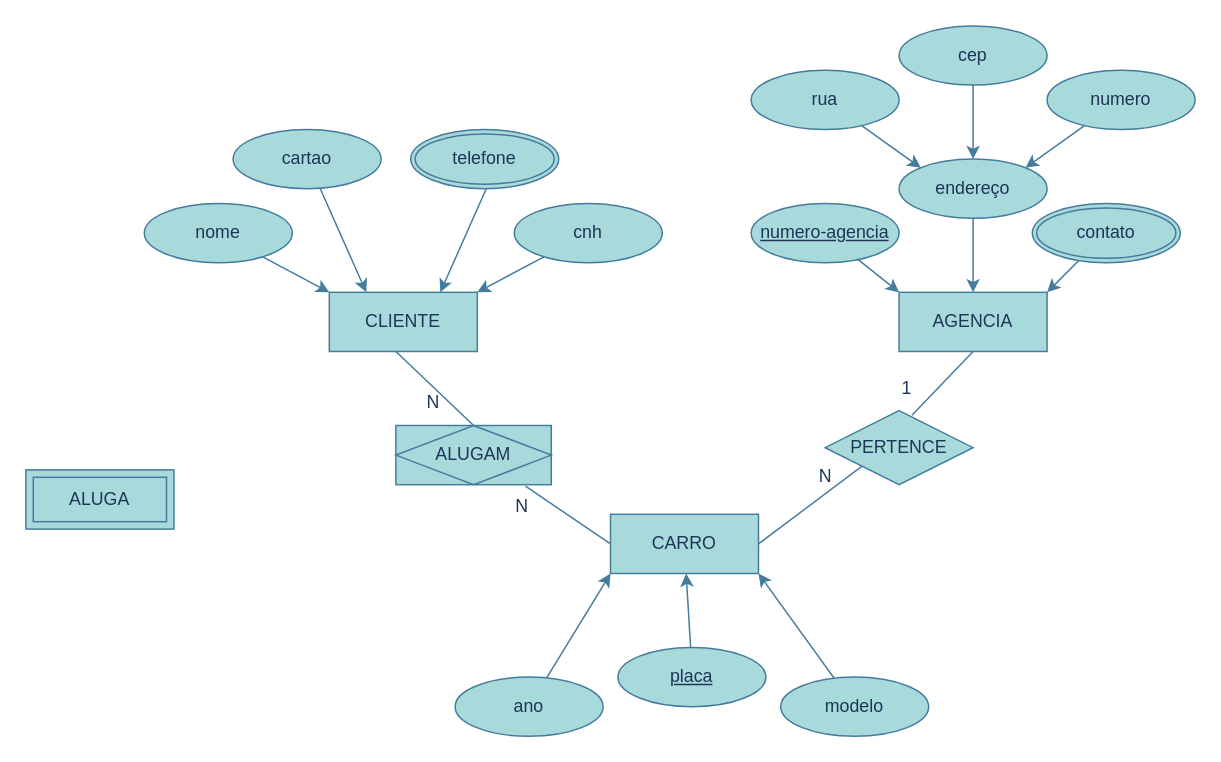
Earlier version of the draw.io diagram Full-stack/arquivos/exercicios/projetos/projeto-der-02/projeto-2.drawio (kennyendersen/uc1-back-end). Source tidied: cells renumbered, new cells numbered last; positions are measured from the earlier drawing's top-left corner, leaving out a move shared by most shapes. Both pictures are drawn from the tidied source at 148%, with x=0, y=0 at pixel (25, 25).
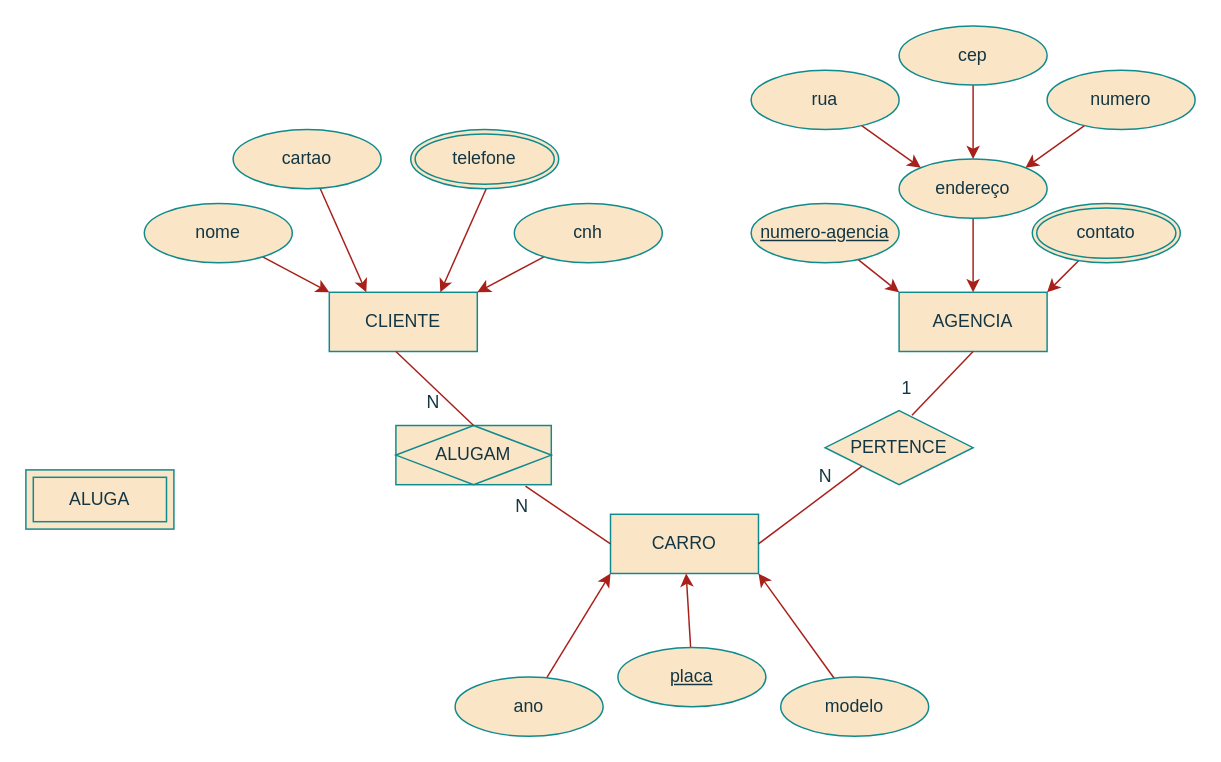
Above is the later version.

Diff of the diagram source:
```diff
@@
-    <mxCell id="2" value="AGENCIA" style="whiteSpace=wrap;html=1;align=center;rounded=0;labelBackgroundColor=none;fillColor=#A8DADC;strokeColor=#457B9D;fontColor=#1D3557;" parent="1" vertex="1">
+    <mxCell id="2" value="AGENCIA" style="whiteSpace=wrap;html=1;align=center;rounded=0;labelBackgroundColor=none;fillColor=#FAE5C7;strokeColor=#0F8B8D;fontColor=#143642;" parent="1" vertex="1">
       <mxGeometry x="590" y="180" width="100" height="40" as="geometry" />
     </mxCell>
-    <mxCell id="3" value="CLIENTE" style="whiteSpace=wrap;html=1;align=center;rounded=0;labelBackgroundColor=none;fillColor=#A8DADC;strokeColor=#457B9D;fontColor=#1D3557;" parent="1" vertex="1">
+    <mxCell id="3" value="CLIENTE" style="whiteSpace=wrap;html=1;align=center;rounded=0;labelBackgroundColor=none;fillColor=#FAE5C7;strokeColor=#0F8B8D;fontColor=#143642;" parent="1" vertex="1">
       <mxGeometry x="205" y="180" width="100" height="40" as="geometry" />
     </mxCell>
-    <mxCell id="4" value="CARRO" style="whiteSpace=wrap;html=1;align=center;rounded=0;labelBackgroundColor=none;fillColor=#A8DADC;strokeColor=#457B9D;fontColor=#1D3557;" parent="1" vertex="1">
+    <mxCell id="4" value="CARRO" style="whiteSpace=wrap;html=1;align=center;rounded=0;labelBackgroundColor=none;fillColor=#FAE5C7;strokeColor=#0F8B8D;fontColor=#143642;" parent="1" vertex="1">
       <mxGeometry x="395" y="330" width="100" height="40" as="geometry" />
     </mxCell>
-    <mxCell id="5" value="ALUGA" style="shape=ext;margin=3;double=1;whiteSpace=wrap;html=1;align=center;rounded=0;labelBackgroundColor=none;fillColor=#A8DADC;strokeColor=#457B9D;fontColor=#1D3557;" parent="1" vertex="1">
+    <mxCell id="5" value="ALUGA" style="shape=ext;margin=3;double=1;whiteSpace=wrap;html=1;align=center;rounded=0;labelBackgroundColor=none;fillColor=#FAE5C7;strokeColor=#0F8B8D;fontColor=#143642;" parent="1" vertex="1">
       <mxGeometry y="300" width="100" height="40" as="geometry" />
     </mxCell>
-    <mxCell id="6" style="edgeStyle=none;rounded=0;jettySize=auto;html=1;entryX=0;entryY=0;entryDx=0;entryDy=0;strokeColor=#457B9D;fontColor=default;labelBackgroundColor=none;" parent="1" edge="1" source="7" target="3">
+    <mxCell id="6" style="edgeStyle=none;rounded=0;jettySize=auto;html=1;entryX=0;entryY=0;entryDx=0;entryDy=0;strokeColor=#A8201A;fontColor=default;labelBackgroundColor=none;" parent="1" edge="1" source="7" target="3">
       <mxGeometry relative="1" as="geometry" />
     </mxCell>
-    <mxCell id="7" value="nome" style="ellipse;whiteSpace=wrap;html=1;align=center;strokeColor=#457B9D;fontColor=#1D3557;fillColor=#A8DADC;labelBackgroundColor=none;" parent="1" vertex="1">
+    <mxCell id="7" value="nome" style="ellipse;whiteSpace=wrap;html=1;align=center;strokeColor=#0F8B8D;fontColor=#143642;fillColor=#FAE5C7;labelBackgroundColor=none;" parent="1" vertex="1">
       <mxGeometry x="80" y="120" width="100" height="40" as="geometry" />
     </mxCell>
-    <mxCell id="8" style="edgeStyle=none;rounded=0;jettySize=auto;html=1;entryX=0.25;entryY=0;entryDx=0;entryDy=0;strokeColor=#457B9D;fontColor=default;labelBackgroundColor=none;" parent="1" edge="1" source="9" target="3">
+    <mxCell id="8" style="edgeStyle=none;rounded=0;jettySize=auto;html=1;entryX=0.25;entryY=0;entryDx=0;entryDy=0;strokeColor=#A8201A;fontColor=default;labelBackgroundColor=none;" parent="1" edge="1" source="9" target="3">
       <mxGeometry relative="1" as="geometry" />
     </mxCell>
-    <mxCell id="9" value="cartao" style="ellipse;whiteSpace=wrap;html=1;align=center;strokeColor=#457B9D;fontColor=#1D3557;fillColor=#A8DADC;labelBackgroundColor=none;" parent="1" vertex="1">
+    <mxCell id="9" value="cartao" style="ellipse;whiteSpace=wrap;html=1;align=center;strokeColor=#0F8B8D;fontColor=#143642;fillColor=#FAE5C7;labelBackgroundColor=none;" parent="1" vertex="1">
       <mxGeometry x="140" y="70" width="100" height="40" as="geometry" />
     </mxCell>
-    <mxCell id="10" style="edgeStyle=none;rounded=0;jettySize=auto;html=1;entryX=0.75;entryY=0;entryDx=0;entryDy=0;strokeColor=#457B9D;fontColor=default;labelBackgroundColor=none;" parent="1" edge="1" target="3">
+    <mxCell id="10" style="edgeStyle=none;rounded=0;jettySize=auto;html=1;entryX=0.75;entryY=0;entryDx=0;entryDy=0;strokeColor=#A8201A;fontColor=default;labelBackgroundColor=none;" parent="1" edge="1" target="3">
       <mxGeometry relative="1" as="geometry">
         <mxPoint x="311.2" y="109.7" as="sourcePoint" />
       </mxGeometry>
     </mxCell>
-    <mxCell id="11" style="edgeStyle=none;rounded=0;jettySize=auto;html=1;entryX=1;entryY=0;entryDx=0;entryDy=0;strokeColor=#457B9D;fontColor=default;labelBackgroundColor=none;" parent="1" edge="1" source="12" target="3">
+    <mxCell id="11" style="edgeStyle=none;rounded=0;jettySize=auto;html=1;entryX=1;entryY=0;entryDx=0;entryDy=0;strokeColor=#A8201A;fontColor=default;labelBackgroundColor=none;" parent="1" edge="1" source="12" target="3">
       <mxGeometry relative="1" as="geometry" />
     </mxCell>
-    <mxCell id="12" value="cnh" style="ellipse;whiteSpace=wrap;html=1;align=center;strokeColor=#457B9D;fontColor=#1D3557;fillColor=#A8DADC;labelBackgroundColor=none;" parent="1" vertex="1">
+    <mxCell id="12" value="cnh" style="ellipse;whiteSpace=wrap;html=1;align=center;strokeColor=#0F8B8D;fontColor=#143642;fillColor=#FAE5C7;labelBackgroundColor=none;" parent="1" vertex="1">
       <mxGeometry x="330" y="120" width="100" height="40" as="geometry" />
     </mxCell>
-    <mxCell id="13" value="telefone" style="ellipse;shape=doubleEllipse;margin=3;whiteSpace=wrap;html=1;align=center;strokeColor=#457B9D;fontColor=#1D3557;fillColor=#A8DADC;labelBackgroundColor=none;" parent="1" vertex="1">
+    <mxCell id="13" value="telefone" style="ellipse;shape=doubleEllipse;margin=3;whiteSpace=wrap;html=1;align=center;strokeColor=#0F8B8D;fontColor=#143642;fillColor=#FAE5C7;labelBackgroundColor=none;" parent="1" vertex="1">
       <mxGeometry x="260" y="70" width="100" height="40" as="geometry" />
     </mxCell>
-    <mxCell id="14" style="edgeStyle=none;rounded=0;jettySize=auto;html=1;labelBackgroundColor=none;strokeColor=#457B9D;fontColor=default;" parent="1" edge="1" source="15" target="4">
+    <mxCell id="14" style="edgeStyle=none;rounded=0;jettySize=auto;html=1;labelBackgroundColor=none;strokeColor=#A8201A;fontColor=default;" parent="1" edge="1" source="15" target="4">
       <mxGeometry relative="1" as="geometry" />
     </mxCell>
-    <mxCell id="15" value="placa" style="ellipse;whiteSpace=wrap;html=1;align=center;strokeColor=#457B9D;fontColor=#1D3557;fillColor=#A8DADC;labelBackgroundColor=none;fontStyle=4;" parent="1" vertex="1">
+    <mxCell id="15" value="placa" style="ellipse;whiteSpace=wrap;html=1;align=center;strokeColor=#0F8B8D;fontColor=#143642;fillColor=#FAE5C7;labelBackgroundColor=none;fontStyle=4;" parent="1" vertex="1">
       <mxGeometry x="400" y="420" width="100" height="40" as="geometry" />
     </mxCell>
-    <mxCell id="16" style="edgeStyle=none;rounded=0;jettySize=auto;html=1;entryX=1;entryY=1;entryDx=0;entryDy=0;labelBackgroundColor=none;strokeColor=#457B9D;fontColor=default;" parent="1" edge="1" source="17" target="4">
+    <mxCell id="16" style="edgeStyle=none;rounded=0;jettySize=auto;html=1;entryX=1;entryY=1;entryDx=0;entryDy=0;labelBackgroundColor=none;strokeColor=#A8201A;fontColor=default;" parent="1" edge="1" source="17" target="4">
       <mxGeometry relative="1" as="geometry" />
     </mxCell>
-    <mxCell id="17" value="modelo" style="ellipse;whiteSpace=wrap;html=1;align=center;strokeColor=#457B9D;fontColor=#1D3557;fillColor=#A8DADC;labelBackgroundColor=none;" parent="1" vertex="1">
+    <mxCell id="17" value="modelo" style="ellipse;whiteSpace=wrap;html=1;align=center;strokeColor=#0F8B8D;fontColor=#143642;fillColor=#FAE5C7;labelBackgroundColor=none;" parent="1" vertex="1">
       <mxGeometry x="510" y="440" width="100" height="40" as="geometry" />
     </mxCell>
-    <mxCell id="18" style="edgeStyle=none;rounded=0;jettySize=auto;html=1;entryX=0;entryY=1;entryDx=0;entryDy=0;labelBackgroundColor=none;strokeColor=#457B9D;fontColor=default;" parent="1" edge="1" source="19" target="4">
+    <mxCell id="18" style="edgeStyle=none;rounded=0;jettySize=auto;html=1;entryX=0;entryY=1;entryDx=0;entryDy=0;labelBackgroundColor=none;strokeColor=#A8201A;fontColor=default;" parent="1" edge="1" source="19" target="4">
       <mxGeometry relative="1" as="geometry" />
     </mxCell>
-    <mxCell id="19" value="ano" style="ellipse;whiteSpace=wrap;html=1;align=center;strokeColor=#457B9D;fontColor=#1D3557;fillColor=#A8DADC;labelBackgroundColor=none;" parent="1" vertex="1">
+    <mxCell id="19" value="ano" style="ellipse;whiteSpace=wrap;html=1;align=center;strokeColor=#0F8B8D;fontColor=#143642;fillColor=#FAE5C7;labelBackgroundColor=none;" parent="1" vertex="1">
       <mxGeometry x="290" y="440" width="100" height="40" as="geometry" />
     </mxCell>
-    <mxCell id="20" style="edgeStyle=none;rounded=0;jettySize=auto;html=1;entryX=0;entryY=0;entryDx=0;entryDy=0;strokeColor=#457B9D;labelBackgroundColor=none;fontColor=default;" parent="1" edge="1" source="21" target="2">
+    <mxCell id="20" style="edgeStyle=none;rounded=0;jettySize=auto;html=1;entryX=0;entryY=0;entryDx=0;entryDy=0;strokeColor=#A8201A;labelBackgroundColor=none;fontColor=default;" parent="1" edge="1" source="21" target="2">
       <mxGeometry relative="1" as="geometry" />
     </mxCell>
-    <mxCell id="21" value="numero-agencia" style="ellipse;whiteSpace=wrap;html=1;align=center;fontStyle=4;strokeColor=#457B9D;fontColor=#1D3557;fillColor=#A8DADC;labelBackgroundColor=none;" parent="1" vertex="1">
+    <mxCell id="21" value="numero-agencia" style="ellipse;whiteSpace=wrap;html=1;align=center;fontStyle=4;strokeColor=#0F8B8D;fontColor=#143642;fillColor=#FAE5C7;labelBackgroundColor=none;" parent="1" vertex="1">
       <mxGeometry x="490" y="120" width="100" height="40" as="geometry" />
     </mxCell>
-    <mxCell id="22" style="edgeStyle=none;rounded=0;jettySize=auto;html=1;entryX=0.5;entryY=0;entryDx=0;entryDy=0;strokeColor=#457B9D;labelBackgroundColor=none;fontColor=default;" parent="1" edge="1" source="23" target="2">
+    <mxCell id="22" style="edgeStyle=none;rounded=0;jettySize=auto;html=1;entryX=0.5;entryY=0;entryDx=0;entryDy=0;strokeColor=#A8201A;labelBackgroundColor=none;fontColor=default;" parent="1" edge="1" source="23" target="2">
       <mxGeometry relative="1" as="geometry" />
     </mxCell>
-    <mxCell id="23" value="endereço" style="ellipse;whiteSpace=wrap;html=1;align=center;strokeColor=#457B9D;fontColor=#1D3557;fillColor=#A8DADC;labelBackgroundColor=none;" parent="1" vertex="1">
+    <mxCell id="23" value="endereço" style="ellipse;whiteSpace=wrap;html=1;align=center;strokeColor=#0F8B8D;fontColor=#143642;fillColor=#FAE5C7;labelBackgroundColor=none;" parent="1" vertex="1">
       <mxGeometry x="590" y="90" width="100" height="40" as="geometry" />
     </mxCell>
-    <mxCell id="24" style="edgeStyle=none;rounded=0;jettySize=auto;html=1;entryX=1;entryY=0;entryDx=0;entryDy=0;strokeColor=#457B9D;labelBackgroundColor=none;fontColor=default;" parent="1" edge="1" source="25" target="2">
+    <mxCell id="24" style="edgeStyle=none;rounded=0;jettySize=auto;html=1;entryX=1;entryY=0;entryDx=0;entryDy=0;strokeColor=#A8201A;labelBackgroundColor=none;fontColor=default;" parent="1" edge="1" source="25" target="2">
       <mxGeometry relative="1" as="geometry" />
     </mxCell>
-    <mxCell id="25" value="contato" style="ellipse;shape=doubleEllipse;margin=3;whiteSpace=wrap;html=1;align=center;strokeColor=#457B9D;fontColor=#1D3557;fillColor=#A8DADC;labelBackgroundColor=none;" parent="1" vertex="1">
+    <mxCell id="25" value="contato" style="ellipse;shape=doubleEllipse;margin=3;whiteSpace=wrap;html=1;align=center;strokeColor=#0F8B8D;fontColor=#143642;fillColor=#FAE5C7;labelBackgroundColor=none;" parent="1" vertex="1">
       <mxGeometry x="680" y="120" width="100" height="40" as="geometry" />
     </mxCell>
-    <mxCell id="26" style="edgeStyle=none;rounded=0;jettySize=auto;html=1;entryX=1;entryY=0;entryDx=0;entryDy=0;strokeColor=#457B9D;labelBackgroundColor=none;fontColor=default;" parent="1" edge="1" source="27" target="23">
+    <mxCell id="26" style="edgeStyle=none;rounded=0;jettySize=auto;html=1;entryX=1;entryY=0;entryDx=0;entryDy=0;strokeColor=#A8201A;labelBackgroundColor=none;fontColor=default;" parent="1" edge="1" source="27" target="23">
       <mxGeometry relative="1" as="geometry" />
     </mxCell>
-    <mxCell id="27" value="numero" style="ellipse;whiteSpace=wrap;html=1;align=center;strokeColor=#457B9D;fontColor=#1D3557;fillColor=#A8DADC;labelBackgroundColor=none;" parent="1" vertex="1">
+    <mxCell id="27" value="numero" style="ellipse;whiteSpace=wrap;html=1;align=center;strokeColor=#0F8B8D;fontColor=#143642;fillColor=#FAE5C7;labelBackgroundColor=none;" parent="1" vertex="1">
       <mxGeometry x="690" y="30" width="100" height="40" as="geometry" />
     </mxCell>
-    <mxCell id="28" style="edgeStyle=none;rounded=0;jettySize=auto;html=1;entryX=0;entryY=0;entryDx=0;entryDy=0;strokeColor=#457B9D;labelBackgroundColor=none;fontColor=default;" parent="1" edge="1" source="29" target="23">
+    <mxCell id="28" style="edgeStyle=none;rounded=0;jettySize=auto;html=1;entryX=0;entryY=0;entryDx=0;entryDy=0;strokeColor=#A8201A;labelBackgroundColor=none;fontColor=default;" parent="1" edge="1" source="29" target="23">
       <mxGeometry relative="1" as="geometry" />
     </mxCell>
-    <mxCell id="29" value="rua" style="ellipse;whiteSpace=wrap;html=1;align=center;strokeColor=#457B9D;fontColor=#1D3557;fillColor=#A8DADC;labelBackgroundColor=none;" parent="1" vertex="1">
+    <mxCell id="29" value="rua" style="ellipse;whiteSpace=wrap;html=1;align=center;strokeColor=#0F8B8D;fontColor=#143642;fillColor=#FAE5C7;labelBackgroundColor=none;" parent="1" vertex="1">
       <mxGeometry x="490" y="30" width="100" height="40" as="geometry" />
     </mxCell>
-    <mxCell id="30" style="edgeStyle=none;rounded=0;jettySize=auto;html=1;entryX=0.5;entryY=0;entryDx=0;entryDy=0;strokeColor=#457B9D;labelBackgroundColor=none;fontColor=default;" parent="1" edge="1" source="31" target="23">
+    <mxCell id="30" style="edgeStyle=none;rounded=0;jettySize=auto;html=1;entryX=0.5;entryY=0;entryDx=0;entryDy=0;strokeColor=#A8201A;labelBackgroundColor=none;fontColor=default;" parent="1" edge="1" source="31" target="23">
       <mxGeometry relative="1" as="geometry" />
     </mxCell>
-    <mxCell id="31" value="cep" style="ellipse;whiteSpace=wrap;html=1;align=center;strokeColor=#457B9D;fontColor=#1D3557;fillColor=#A8DADC;labelBackgroundColor=none;" parent="1" vertex="1">
+    <mxCell id="31" value="cep" style="ellipse;whiteSpace=wrap;html=1;align=center;strokeColor=#0F8B8D;fontColor=#143642;fillColor=#FAE5C7;labelBackgroundColor=none;" parent="1" vertex="1">
       <mxGeometry x="590" width="100" height="40" as="geometry" />
     </mxCell>
-    <mxCell id="32" value="ALUGAM" style="shape=associativeEntity;whiteSpace=wrap;html=1;align=center;labelBackgroundColor=none;fillColor=#A8DADC;strokeColor=#457B9D;fontColor=#1D3557;" parent="1" vertex="1">
+    <mxCell id="32" value="ALUGAM" style="shape=associativeEntity;whiteSpace=wrap;html=1;align=center;labelBackgroundColor=none;fillColor=#FAE5C7;strokeColor=#0F8B8D;fontColor=#143642;" parent="1" vertex="1">
       <mxGeometry x="250" y="270" width="105" height="40" as="geometry" />
     </mxCell>
-    <mxCell id="33" value="PERTENCE" style="shape=rhombus;perimeter=rhombusPerimeter;whiteSpace=wrap;html=1;align=center;labelBackgroundColor=none;fillColor=#A8DADC;strokeColor=#457B9D;fontColor=#1D3557;" parent="1" vertex="1">
+    <mxCell id="33" value="PERTENCE" style="shape=rhombus;perimeter=rhombusPerimeter;whiteSpace=wrap;html=1;align=center;labelBackgroundColor=none;fillColor=#FAE5C7;strokeColor=#0F8B8D;fontColor=#143642;" parent="1" vertex="1">
       <mxGeometry x="540" y="260" width="100" height="50" as="geometry" />
     </mxCell>
-    <mxCell id="34" style="endArrow=none;html=1;rounded=0;entryX=0.5;entryY=0;entryDx=0;entryDy=0;exitX=0.5;exitY=1;exitDx=0;exitDy=0;labelBackgroundColor=none;strokeColor=#457B9D;fontColor=default;" parent="1" edge="1" target="32">
+    <mxCell id="34" style="endArrow=none;html=1;rounded=0;entryX=0.5;entryY=0;entryDx=0;entryDy=0;exitX=0.5;exitY=1;exitDx=0;exitDy=0;labelBackgroundColor=none;strokeColor=#A8201A;fontColor=default;" parent="1" edge="1" target="32">
       <mxGeometry relative="1" as="geometry">
         <mxPoint x="250" y="220" as="sourcePoint" />
       </mxGeometry>
     </mxCell>
-    <mxCell id="35" style="endArrow=none;html=1;rounded=0;entryX=0;entryY=0.5;entryDx=0;entryDy=0;exitX=0.834;exitY=1.025;exitDx=0;exitDy=0;exitPerimeter=0;labelBackgroundColor=none;strokeColor=#457B9D;fontColor=default;" parent="1" edge="1" source="32" target="4">
+    <mxCell id="35" style="endArrow=none;html=1;rounded=0;entryX=0;entryY=0.5;entryDx=0;entryDy=0;exitX=0.834;exitY=1.025;exitDx=0;exitDy=0;exitPerimeter=0;labelBackgroundColor=none;strokeColor=#A8201A;fontColor=default;" parent="1" edge="1" source="32" target="4">
       <mxGeometry relative="1" as="geometry" />
     </mxCell>
-    <mxCell id="36" style="endArrow=none;html=1;rounded=0;entryX=0.587;entryY=0.06;entryDx=0;entryDy=0;exitX=0.5;exitY=1;exitDx=0;exitDy=0;entryPerimeter=0;labelBackgroundColor=none;strokeColor=#457B9D;fontColor=default;" parent="1" edge="1" target="33">
+    <mxCell id="36" style="endArrow=none;html=1;rounded=0;entryX=0.587;entryY=0.06;entryDx=0;entryDy=0;exitX=0.5;exitY=1;exitDx=0;exitDy=0;entryPerimeter=0;labelBackgroundColor=none;strokeColor=#A8201A;fontColor=default;" parent="1" edge="1" target="33">
       <mxGeometry relative="1" as="geometry">
         <mxPoint x="640" y="220" as="sourcePoint" />
       </mxGeometry>
     </mxCell>
-    <mxCell id="37" style="endArrow=none;html=1;rounded=0;entryX=0;entryY=1;entryDx=0;entryDy=0;exitX=0.5;exitY=1;exitDx=0;exitDy=0;labelBackgroundColor=none;strokeColor=#457B9D;fontColor=default;" parent="1" edge="1" target="33">
+    <mxCell id="37" style="endArrow=none;html=1;rounded=0;entryX=0;entryY=1;entryDx=0;entryDy=0;exitX=0.5;exitY=1;exitDx=0;exitDy=0;labelBackgroundColor=none;strokeColor=#A8201A;fontColor=default;" parent="1" edge="1" target="33">
       <mxGeometry relative="1" as="geometry">
         <mxPoint x="495" y="350" as="sourcePoint" />
       </mxGeometry>
     </mxCell>
-    <mxCell id="38" value="N" style="text;html=1;align=center;verticalAlign=middle;strokeColor=none;fillColor=none;labelBackgroundColor=none;fontColor=#1D3557;" parent="1" vertex="1">
+    <mxCell id="38" value="N" style="text;html=1;align=center;verticalAlign=middle;strokeColor=none;fillColor=none;labelBackgroundColor=none;fontColor=#143642;" parent="1" vertex="1">
       <mxGeometry x="260" y="240" width="30" height="30" as="geometry" />
     </mxCell>
-    <mxCell id="39" value="N" style="text;html=1;align=center;verticalAlign=middle;strokeColor=none;fillColor=none;labelBackgroundColor=none;fontColor=#1D3557;" parent="1" vertex="1">
+    <mxCell id="39" value="N" style="text;html=1;align=center;verticalAlign=middle;strokeColor=none;fillColor=none;labelBackgroundColor=none;fontColor=#143642;" parent="1" vertex="1">
       <mxGeometry x="320" y="310" width="30" height="30" as="geometry" />
     </mxCell>
-    <mxCell id="40" value="N" style="text;html=1;align=center;verticalAlign=middle;strokeColor=none;fillColor=none;labelBackgroundColor=none;fontColor=#1D3557;" parent="1" vertex="1">
+    <mxCell id="40" value="N" style="text;html=1;align=center;verticalAlign=middle;strokeColor=none;fillColor=none;labelBackgroundColor=none;fontColor=#143642;" parent="1" vertex="1">
       <mxGeometry x="525" y="290" width="30" height="30" as="geometry" />
     </mxCell>
-    <mxCell id="41" value="1" style="text;html=1;align=center;verticalAlign=middle;strokeColor=none;fillColor=none;labelBackgroundColor=none;fontColor=#1D3557;" parent="1" vertex="1">
+    <mxCell id="41" value="1" style="text;html=1;align=center;verticalAlign=middle;strokeColor=none;fillColor=none;labelBackgroundColor=none;fontColor=#143642;" parent="1" vertex="1">
       <mxGeometry x="580" y="230" width="30" height="30" as="geometry" />
     </mxCell>
```
